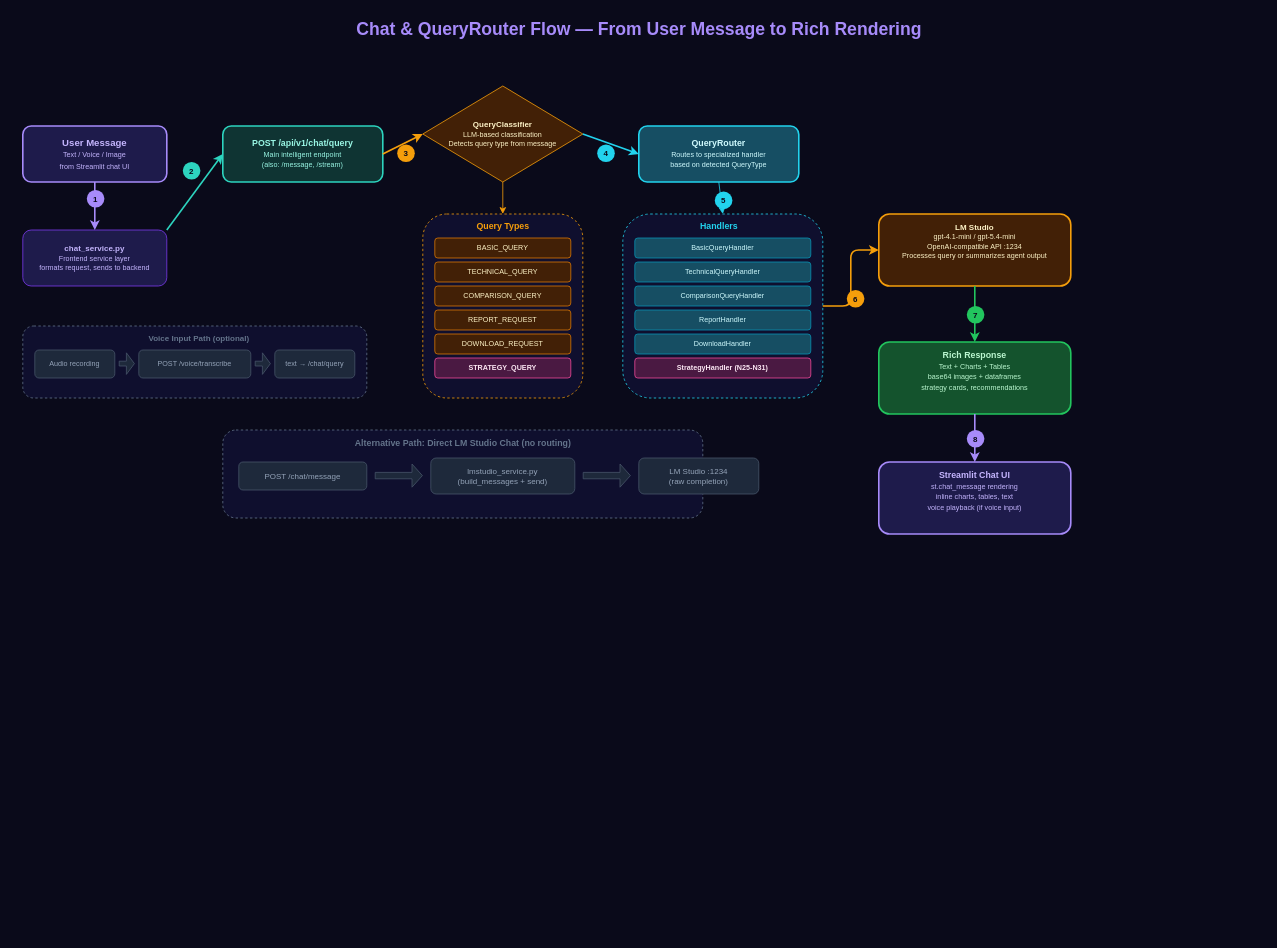
Earlier version of the draw.io diagram docs/diagrams/chat_mcp_flow.drawio (VforVitorio/F1-StratLab). Source tidied: cells renumbered, new cells numbered last; positions are measured from the earlier drawing's top-left corner, leaving out a move shared by most shapes. Both pictures are drawn from the tidied source at 80%, with x=0, y=0 at pixel (22, 14).
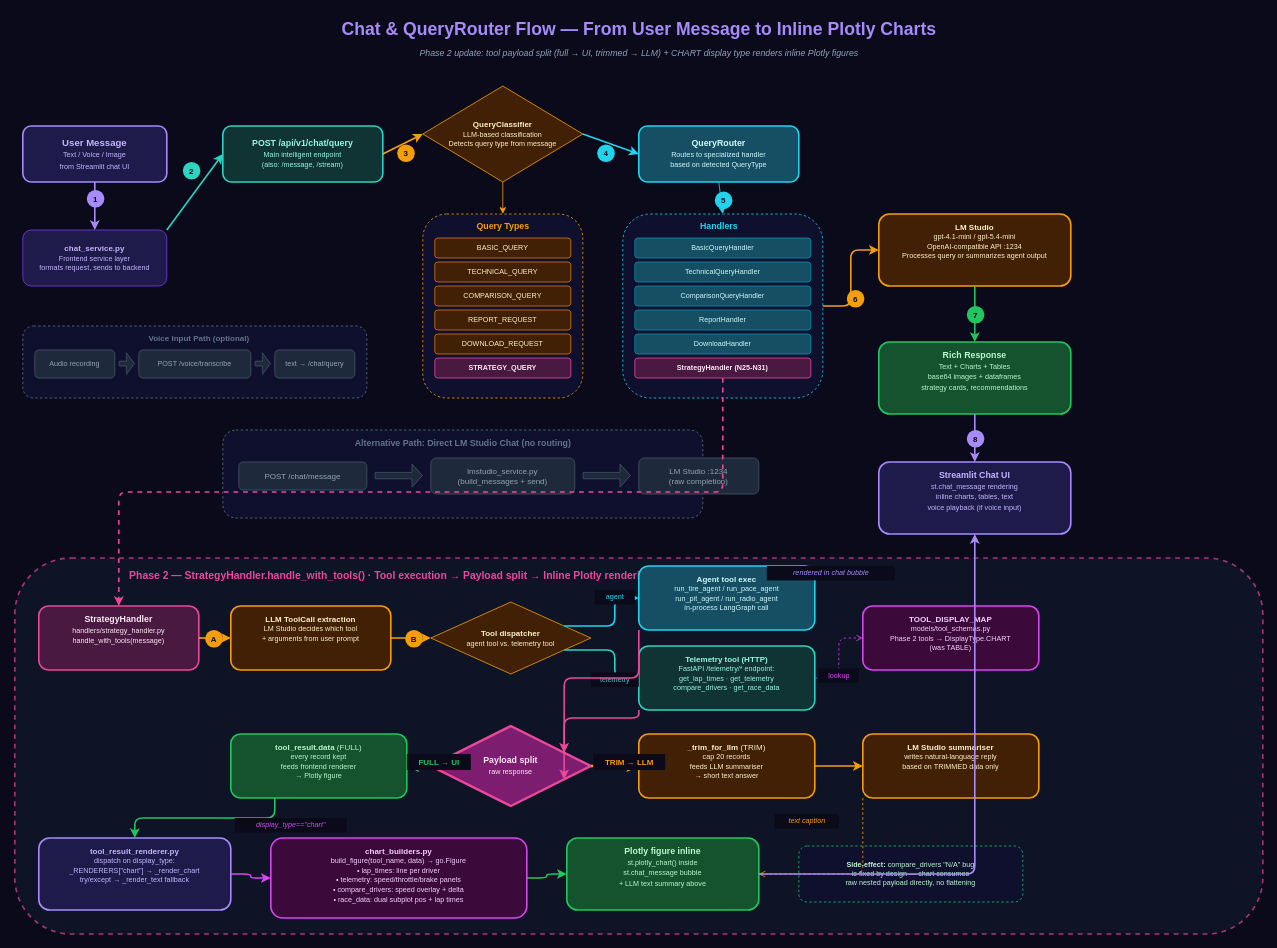
Above is the later version.

Commit message:
docs(diagrams): extend chat MCP flow with Phase 2 CHART rendering path

- new Phase 2 band below Strategy Handler row - trace handle_with_tools through dispatcher to TOOL_DISPLAY_MAP CHART - prominent payload-split node: full to tool_result.data, trimmed to LLM summariser - frontend layer chain: _render_chart to build_figure to Plotly inline bubble - callout noting compare_drivers N/A bug fixed by design - page height bumped 1000 to 1200 to fit the new band

The change refers to these unchanged cells:
```xml
<mxCell id="23" value="StrategyHandler (N25-N31)" style="rounded=1;whiteSpace=wrap;html=1;fillColor=#4a1942;strokeColor=#ec4899;fontColor=#fce7f3;fontSize=9;fontStyle=1;" parent="1" vertex="1">
  <mxGeometry x="765" y="430" width="220" height="25" as="geometry" />
</mxCell>
<mxCell id="26" value="&lt;b&gt;Streamlit Chat UI&lt;/b&gt;&lt;br&gt;&lt;font style=&quot;font-size:9px&quot;&gt;st.chat_message rendering&lt;br&gt;inline charts, tables, text&lt;br&gt;voice playback (if voice input)&lt;/font&gt;" style="rounded=1;whiteSpace=wrap;html=1;fillColor=#1e1b4b;strokeColor=#a78bfa;strokeWidth=2;fontColor=#c4b5fd;fontSize=11;verticalAlign=top;spacingTop=4;" parent="1" vertex="1">
  <mxGeometry x="1070" y="560" width="240" height="90" as="geometry" />
</mxCell>
```

What changed in the source:
```diff
@@
-    <mxCell id="2" value="Chat &amp; QueryRouter Flow — From User Message to Rich Rendering" style="text;html=1;align=center;verticalAlign=middle;fontSize=22;fontStyle=1;fontColor=#a78bfa;fillColor=none;strokeColor=none;" parent="1" vertex="1">
+    <mxCell id="2" value="Chat &amp; QueryRouter Flow — From User Message to Inline Plotly Charts" style="text;html=1;align=center;verticalAlign=middle;fontSize=22;fontStyle=1;fontColor=#a78bfa;fillColor=none;strokeColor=none;" parent="1" vertex="1">
       <mxGeometry x="270" width="1000" height="40" as="geometry" />
     </mxCell>
+    <mxCell id="58" value="Phase 2 update: tool payload split (full → UI, trimmed → LLM) + CHART display type renders inline Plotly figures" style="text;html=1;align=center;verticalAlign=middle;fontSize=11;fontStyle=2;fontColor=#94a3b8;fillColor=none;strokeColor=none;" parent="1" vertex="1">
+      <mxGeometry x="270" y="38" width="1000" height="22" as="geometry" />
+    </mxCell>
@@
+    <mxCell id="59" style="rounded=1;whiteSpace=wrap;html=1;fillColor=#10172a;strokeColor=#ec4899;strokeWidth=2;dashed=1;opacity=70;" parent="1" vertex="1">
+      <mxGeometry x="-10" y="680" width="1560" height="470" as="geometry" />
+    </mxCell>
+    <mxCell id="60" value="Phase 2 — StrategyHandler.handle_with_tools()  ·  Tool execution → Payload split → Inline Plotly rendering" style="text;html=1;align=center;verticalAlign=middle;fontSize=13;fontStyle=1;fontColor=#ec4899;fillColor=none;strokeColor=none;" parent="1" vertex="1">
+      <mxGeometry x="10" y="690" width="900" height="24" as="geometry" />
+    </mxCell>
+    <mxCell id="61" value="&lt;b&gt;StrategyHandler&lt;/b&gt;&lt;br&gt;&lt;font style=&quot;font-size:9px&quot;&gt;handlers/strategy_handler.py&lt;br&gt;handle_with_tools(message)&lt;/font&gt;" style="rounded=1;whiteSpace=wrap;html=1;fillColor=#4a1942;strokeColor=#ec4899;strokeWidth=2;fontColor=#fce7f3;fontSize=11;verticalAlign=top;spacingTop=4;" parent="1" vertex="1">
+      <mxGeometry x="20" y="740" width="200" height="80" as="geometry" />
+    </mxCell>
+    <mxCell id="62" value="&lt;b&gt;LLM ToolCall extraction&lt;/b&gt;&lt;br&gt;&lt;font style=&quot;font-size:9px&quot;&gt;LM Studio decides which tool&lt;br&gt;+ arguments from user prompt&lt;/font&gt;" style="rounded=1;whiteSpace=wrap;html=1;fillColor=#422006;strokeColor=#f59e0b;strokeWidth=2;fontColor=#fef3c7;fontSize=10;verticalAlign=top;spacingTop=4;" parent="1" vertex="1">
+      <mxGeometry x="260" y="740" width="200" height="80" as="geometry" />
+    </mxCell>
+    <mxCell id="63" value="&lt;b&gt;Tool dispatcher&lt;/b&gt;&lt;br&gt;&lt;font style=&quot;font-size:9px&quot;&gt;agent tool vs. telemetry tool&lt;/font&gt;" style="rhombus;whiteSpace=wrap;html=1;fillColor=#422006;strokeColor=#f59e0b;fontColor=#fef3c7;fontSize=10;" parent="1" vertex="1">
+      <mxGeometry x="510" y="735" width="200" height="90" as="geometry" />
+    </mxCell>
+    <mxCell id="64" value="&lt;b&gt;Agent tool exec&lt;/b&gt;&lt;br&gt;&lt;font style=&quot;font-size:9px&quot;&gt;run_tire_agent / run_pace_agent&lt;br&gt;run_pit_agent / run_radio_agent&lt;br&gt;in-process LangGraph call&lt;/font&gt;" style="rounded=1;whiteSpace=wrap;html=1;fillColor=#164e63;strokeColor=#22d3ee;strokeWidth=2;fontColor=#cffafe;fontSize=10;verticalAlign=top;spacingTop=4;" parent="1" vertex="1">
+      <mxGeometry x="770" y="690" width="220" height="80" as="geometry" />
+    </mxCell>
+    <mxCell id="65" value="&lt;b&gt;Telemetry tool (HTTP)&lt;/b&gt;&lt;br&gt;&lt;font style=&quot;font-size:9px&quot;&gt;FastAPI /telemetry/* endpoint:&lt;br&gt;get_lap_times · get_telemetry&lt;br&gt;compare_drivers · get_race_data&lt;/font&gt;" style="rounded=1;whiteSpace=wrap;html=1;fillColor=#0f3433;strokeColor=#2dd4bf;strokeWidth=2;fontColor=#99f6e4;fontSize=10;verticalAlign=top;spacingTop=4;" parent="1" vertex="1">
+      <mxGeometry x="770" y="790" width="220" height="80" as="geometry" />
+    </mxCell>
+    <mxCell id="66" value="&lt;b&gt;TOOL_DISPLAY_MAP&lt;/b&gt;&lt;br&gt;&lt;font style=&quot;font-size:9px&quot;&gt;models/tool_schemas.py&lt;br&gt;Phase 2 tools → DisplayType.CHART&lt;br&gt;(was TABLE)&lt;/font&gt;" style="rounded=1;whiteSpace=wrap;html=1;fillColor=#3b0a3b;strokeColor=#d946ef;strokeWidth=2;fontColor=#f5d0fe;fontSize=10;verticalAlign=top;spacingTop=4;dashed=0;" parent="1" vertex="1">
+      <mxGeometry x="1050" y="740" width="220" height="80" as="geometry" />
+    </mxCell>
+    <mxCell id="67" value="&lt;b&gt;Payload split&lt;/b&gt;&lt;br&gt;&lt;font style=&quot;font-size:9px&quot;&gt;raw response&lt;/font&gt;" style="rhombus;whiteSpace=wrap;html=1;fillColor=#7c1d6f;strokeColor=#ec4899;strokeWidth=3;fontColor=#fce7f3;fontSize=11;" parent="1" vertex="1">
+      <mxGeometry x="510" y="890" width="200" height="100" as="geometry" />
+    </mxCell>
+    <mxCell id="68" value="&lt;b&gt;tool_result.data&lt;/b&gt; (FULL)&lt;br&gt;&lt;font style=&quot;font-size:9px&quot;&gt;every record kept&lt;br&gt;feeds frontend renderer&lt;br&gt;→ Plotly figure&lt;/font&gt;" style="rounded=1;whiteSpace=wrap;html=1;fillColor=#14532d;strokeColor=#22c55e;strokeWidth=2;fontColor=#bbf7d0;fontSize=10;verticalAlign=top;spacingTop=4;" parent="1" vertex="1">
+      <mxGeometry x="260" y="900" width="220" height="80" as="geometry" />
+    </mxCell>
+    <mxCell id="69" value="&lt;b&gt;_trim_for_llm&lt;/b&gt; (TRIM)&lt;br&gt;&lt;font style=&quot;font-size:9px&quot;&gt;cap 20 records&lt;br&gt;feeds LLM summariser&lt;br&gt;→ short text answer&lt;/font&gt;" style="rounded=1;whiteSpace=wrap;html=1;fillColor=#422006;strokeColor=#f59e0b;strokeWidth=2;fontColor=#fef3c7;fontSize=10;verticalAlign=top;spacingTop=4;" parent="1" vertex="1">
+      <mxGeometry x="770" y="900" width="220" height="80" as="geometry" />
+    </mxCell>
+    <mxCell id="70" value="&lt;b&gt;LM Studio summariser&lt;/b&gt;&lt;br&gt;&lt;font style=&quot;font-size:9px&quot;&gt;writes natural-language reply&lt;br&gt;based on TRIMMED data only&lt;/font&gt;" style="rounded=1;whiteSpace=wrap;html=1;fillColor=#422006;strokeColor=#f59e0b;strokeWidth=2;fontColor=#fef3c7;fontSize=10;verticalAlign=top;spacingTop=4;" parent="1" vertex="1">
+      <mxGeometry x="1050" y="900" width="220" height="80" as="geometry" />
+    </mxCell>
+    <mxCell id="71" value="&lt;b&gt;tool_result_renderer.py&lt;/b&gt;&lt;br&gt;&lt;font style=&quot;font-size:9px&quot;&gt;dispatch on display_type:&lt;br&gt;_RENDERERS[&quot;chart&quot;] → _render_chart&lt;br&gt;try/except → _render_text fallback&lt;/font&gt;" style="rounded=1;whiteSpace=wrap;html=1;fillColor=#1e1b4b;strokeColor=#a78bfa;strokeWidth=2;fontColor=#c4b5fd;fontSize=10;verticalAlign=top;spacingTop=4;" parent="1" vertex="1">
+      <mxGeometry x="20" y="1030" width="240" height="90" as="geometry" />
+    </mxCell>
+    <mxCell id="72" value="&lt;b&gt;chart_builders.py&lt;/b&gt;&lt;br&gt;&lt;font style=&quot;font-size:9px&quot;&gt;build_figure(tool_name, data) → go.Figure&lt;br&gt;• lap_times: line per driver&lt;br&gt;• telemetry: speed/throttle/brake panels&lt;br&gt;• compare_drivers: speed overlay + delta&lt;br&gt;• race_data: dual subplot pos + lap times&lt;/font&gt;" style="rounded=1;whiteSpace=wrap;html=1;fillColor=#3b0a3b;strokeColor=#d946ef;strokeWidth=2;fontColor=#f5d0fe;fontSize=10;verticalAlign=top;spacingTop=4;" parent="1" vertex="1">
+      <mxGeometry x="310" y="1030" width="320" height="100" as="geometry" />
+    </mxCell>
+    <mxCell id="73" value="&lt;b&gt;Plotly figure inline&lt;/b&gt;&lt;br&gt;&lt;font style=&quot;font-size:9px&quot;&gt;st.plotly_chart() inside&lt;br&gt;st.chat_message bubble&lt;br&gt;+ LLM text summary above&lt;/font&gt;" style="rounded=1;whiteSpace=wrap;html=1;fillColor=#14532d;strokeColor=#22c55e;strokeWidth=2;fontColor=#bbf7d0;fontSize=11;verticalAlign=top;spacingTop=4;" parent="1" vertex="1">
+      <mxGeometry x="680" y="1030" width="240" height="90" as="geometry" />
+    </mxCell>
+    <mxCell id="74" value="&lt;b&gt;Side-effect:&lt;/b&gt; compare_drivers &quot;N/A&quot; bug&lt;br&gt;is fixed by design — chart consumes&lt;br&gt;raw nested payload directly, no flattening" style="rounded=1;whiteSpace=wrap;html=1;fillColor=#0f0f2e;strokeColor=#22c55e;strokeWidth=1;dashed=1;fontColor=#bbf7d0;fontSize=9;verticalAlign=middle;align=center;" parent="1" vertex="1">
+      <mxGeometry x="970" y="1040" width="280" height="70" as="geometry" />
+    </mxCell>
+    <mxCell id="75" style="edgeStyle=orthogonalEdgeStyle;rounded=1;html=1;strokeColor=#ec4899;strokeWidth=2;dashed=1;exitX=0.5;exitY=1;exitDx=0;exitDy=0;entryX=0.5;entryY=0;entryDx=0;entryDy=0;" parent="1" edge="1" source="23" target="61">
+      <mxGeometry relative="1" as="geometry" />
+    </mxCell>
+    <mxCell id="76" style="edgeStyle=orthogonalEdgeStyle;rounded=1;html=1;strokeColor=#f59e0b;strokeWidth=2;exitX=1;exitY=0.5;exitDx=0;exitDy=0;entryX=0;entryY=0.5;entryDx=0;entryDy=0;" parent="1" edge="1" source="61" target="62">
+      <mxGeometry relative="1" as="geometry" />
+    </mxCell>
+    <mxCell id="77" value="A" style="ellipse;whiteSpace=wrap;html=1;fillColor=#f59e0b;strokeColor=none;fontColor=#0a0a1a;fontSize=10;fontStyle=1;" parent="1" vertex="1">
+      <mxGeometry x="228" y="770" width="22" height="22" as="geometry" />
+    </mxCell>
+    <mxCell id="78" style="edgeStyle=orthogonalEdgeStyle;rounded=1;html=1;strokeColor=#f59e0b;strokeWidth=2;exitX=1;exitY=0.5;exitDx=0;exitDy=0;entryX=0;entryY=0.5;entryDx=0;entryDy=0;" parent="1" edge="1" source="62" target="63">
+      <mxGeometry relative="1" as="geometry" />
+    </mxCell>
+    <mxCell id="79" value="B" style="ellipse;whiteSpace=wrap;html=1;fillColor=#f59e0b;strokeColor=none;fontColor=#0a0a1a;fontSize=10;fontStyle=1;" parent="1" vertex="1">
+      <mxGeometry x="478" y="770" width="22" height="22" as="geometry" />
+    </mxCell>
+    <mxCell id="80" style="edgeStyle=orthogonalEdgeStyle;rounded=1;html=1;strokeColor=#22d3ee;strokeWidth=2;exitX=1;exitY=0.25;exitDx=0;exitDy=0;entryX=0;entryY=0.5;entryDx=0;entryDy=0;" parent="1" edge="1" source="63" target="64">
+      <mxGeometry relative="1" as="geometry" />
+    </mxCell>
+    <mxCell id="81" value="agent" style="text;html=1;align=center;verticalAlign=middle;fontSize=9;fontColor=#22d3ee;fillColor=#0a0a1a;strokeColor=none;" parent="1" vertex="1">
+      <mxGeometry x="715" y="720" width="50" height="18" as="geometry" />
+    </mxCell>
+    <mxCell id="82" style="edgeStyle=orthogonalEdgeStyle;rounded=1;html=1;strokeColor=#2dd4bf;strokeWidth=2;exitX=1;exitY=0.75;exitDx=0;exitDy=0;entryX=0;entryY=0.5;entryDx=0;entryDy=0;" parent="1" edge="1" source="63" target="65">
+      <mxGeometry relative="1" as="geometry" />
+    </mxCell>
+    <mxCell id="83" value="telemetry" style="text;html=1;align=center;verticalAlign=middle;fontSize=9;fontColor=#2dd4bf;fillColor=#0a0a1a;strokeColor=none;" parent="1" vertex="1">
+      <mxGeometry x="710" y="823" width="60" height="18" as="geometry" />
+    </mxCell>
+    <mxCell id="84" style="edgeStyle=orthogonalEdgeStyle;rounded=1;html=1;strokeColor=#d946ef;strokeWidth=1;dashed=1;exitX=1;exitY=0.5;exitDx=0;exitDy=0;entryX=0;entryY=0.5;entryDx=0;entryDy=0;endArrow=open;" parent="1" edge="1" source="65" target="66">
+      <mxGeometry relative="1" as="geometry" />
+    </mxCell>
+    <mxCell id="85" value="lookup" style="text;html=1;align=center;verticalAlign=middle;fontSize=9;fontColor=#d946ef;fillColor=#0a0a1a;strokeColor=none;" parent="1" vertex="1">
+      <mxGeometry x="995" y="818" width="50" height="18" as="geometry" />
+    </mxCell>
+    <mxCell id="86" style="edgeStyle=orthogonalEdgeStyle;rounded=1;html=1;strokeColor=#ec4899;strokeWidth=2;exitX=0;exitY=1;exitDx=0;exitDy=0;entryX=1;entryY=0.25;entryDx=0;entryDy=0;" parent="1" edge="1" source="64" target="67">
+      <mxGeometry relative="1" as="geometry" />
+    </mxCell>
+    <mxCell id="87" style="edgeStyle=orthogonalEdgeStyle;rounded=1;html=1;strokeColor=#ec4899;strokeWidth=2;exitX=0;exitY=1;exitDx=0;exitDy=0;entryX=1;entryY=0.75;entryDx=0;entryDy=0;" parent="1" edge="1" source="65" target="67">
+      <mxGeometry relative="1" as="geometry" />
+    </mxCell>
+    <mxCell id="88" style="edgeStyle=orthogonalEdgeStyle;rounded=1;html=1;strokeColor=#22c55e;strokeWidth=3;exitX=0;exitY=0.5;exitDx=0;exitDy=0;entryX=1;entryY=0.5;entryDx=0;entryDy=0;" parent="1" edge="1" source="67" target="68">
+      <mxGeometry relative="1" as="geometry" />
+    </mxCell>
+    <mxCell id="89" value="FULL → UI" style="text;html=1;align=center;verticalAlign=middle;fontSize=10;fontStyle=1;fontColor=#22c55e;fillColor=#0a0a1a;strokeColor=none;" parent="1" vertex="1">
+      <mxGeometry x="480" y="925" width="80" height="20" as="geometry" />
+    </mxCell>
+    <mxCell id="90" style="edgeStyle=orthogonalEdgeStyle;rounded=1;html=1;strokeColor=#f59e0b;strokeWidth=3;exitX=1;exitY=0.5;exitDx=0;exitDy=0;entryX=0;entryY=0.5;entryDx=0;entryDy=0;" parent="1" edge="1" source="67" target="69">
+      <mxGeometry relative="1" as="geometry" />
+    </mxCell>
+    <mxCell id="91" value="TRIM → LLM" style="text;html=1;align=center;verticalAlign=middle;fontSize=10;fontStyle=1;fontColor=#f59e0b;fillColor=#0a0a1a;strokeColor=none;" parent="1" vertex="1">
+      <mxGeometry x="713" y="925" width="90" height="20" as="geometry" />
+    </mxCell>
+    <mxCell id="92" style="edgeStyle=orthogonalEdgeStyle;rounded=1;html=1;strokeColor=#f59e0b;strokeWidth=2;exitX=1;exitY=0.5;exitDx=0;exitDy=0;entryX=0;entryY=0.5;entryDx=0;entryDy=0;" parent="1" edge="1" source="69" target="70">
+      <mxGeometry relative="1" as="geometry" />
+    </mxCell>
+    <mxCell id="93" style="edgeStyle=orthogonalEdgeStyle;rounded=1;html=1;strokeColor=#22c55e;strokeWidth=2;exitX=0.25;exitY=1;exitDx=0;exitDy=0;entryX=0.5;entryY=0;entryDx=0;entryDy=0;" parent="1" edge="1" source="68" target="71">
+      <mxGeometry relative="1" as="geometry" />
+    </mxCell>
+    <mxCell id="94" style="edgeStyle=orthogonalEdgeStyle;rounded=1;html=1;strokeColor=#d946ef;strokeWidth=2;exitX=1;exitY=0.5;exitDx=0;exitDy=0;entryX=0;entryY=0.5;entryDx=0;entryDy=0;" parent="1" edge="1" source="71" target="72">
+      <mxGeometry relative="1" as="geometry" />
+    </mxCell>
+    <mxCell id="95" value="display_type==&quot;chart&quot;" style="text;html=1;align=center;verticalAlign=middle;fontSize=9;fontStyle=2;fontColor=#d946ef;fillColor=#0a0a1a;strokeColor=none;" parent="1" vertex="1">
+      <mxGeometry x="265" y="1005" width="140" height="18" as="geometry" />
+    </mxCell>
+    <mxCell id="96" style="edgeStyle=orthogonalEdgeStyle;rounded=1;html=1;strokeColor=#22c55e;strokeWidth=2;exitX=1;exitY=0.5;exitDx=0;exitDy=0;entryX=0;entryY=0.5;entryDx=0;entryDy=0;" parent="1" edge="1" source="72" target="73">
+      <mxGeometry relative="1" as="geometry" />
+    </mxCell>
+    <mxCell id="97" style="edgeStyle=orthogonalEdgeStyle;rounded=1;html=1;strokeColor=#f59e0b;strokeWidth=1;dashed=1;exitX=0;exitY=1;exitDx=0;exitDy=0;entryX=1;entryY=0.5;entryDx=0;entryDy=0;endArrow=open;" parent="1" edge="1" source="70" target="73">
+      <mxGeometry relative="1" as="geometry" />
+    </mxCell>
+    <mxCell id="98" value="text caption" style="text;html=1;align=center;verticalAlign=middle;fontSize=9;fontStyle=2;fontColor=#f59e0b;fillColor=#0a0a1a;strokeColor=none;" parent="1" vertex="1">
+      <mxGeometry x="940" y="1000" width="80" height="18" as="geometry" />
+    </mxCell>
+    <mxCell id="99" style="edgeStyle=orthogonalEdgeStyle;rounded=1;html=1;strokeColor=#a78bfa;strokeWidth=2;exitX=1;exitY=0.5;exitDx=0;exitDy=0;entryX=0.5;entryY=1;entryDx=0;entryDy=0;" parent="1" edge="1" source="73" target="26">
+      <mxGeometry relative="1" as="geometry" />
+    </mxCell>
+    <mxCell id="100" value="rendered in chat bubble" style="text;html=1;align=center;verticalAlign=middle;fontSize=9;fontStyle=2;fontColor=#a78bfa;fillColor=#0a0a1a;strokeColor=none;" parent="1" vertex="1">
+      <mxGeometry x="930" y="690" width="160" height="18" as="geometry" />
+    </mxCell>
```
